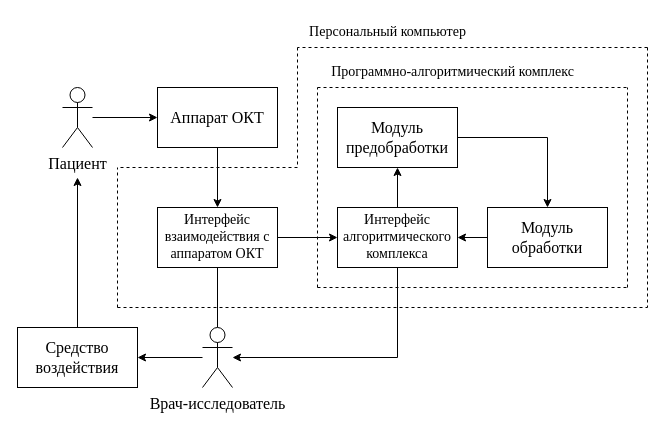
Before: diploma/БТС.drawio in akulistus/oct-segmentation-model, a draw.io diagram. Source tidied: cells renumbered, new cells numbered last; positions are measured from the earlier drawing's top-left corner, leaving out a move shared by most shapes. Both pictures are drawn from the tidied source at 100%, with x=0, y=0 at pixel (17, 17).
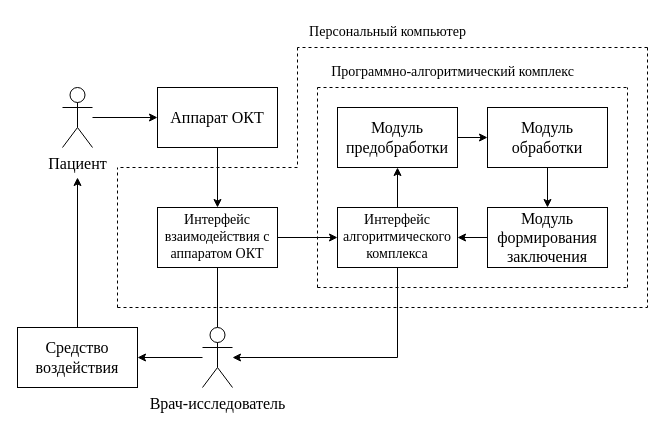
Above is the later version.

Unchanged cells that the change refers to:
```xml
<mxCell id="7" value="&lt;font face=&quot;Times New Roman&quot;&gt;&lt;span style=&quot;font-size: 16px;&quot;&gt;Модуль предобработки&lt;/span&gt;&lt;/font&gt;" style="rounded=0;whiteSpace=wrap;html=1;" parent="1" vertex="1">
  <mxGeometry x="320" y="90" width="120" height="60" as="geometry" />
</mxCell>
<mxCell id="12" value="&lt;font style=&quot;font-size: 14px;&quot; face=&quot;Times New Roman&quot;&gt;Интерфейс алгоритмического комплекса&lt;/font&gt;" style="rounded=0;whiteSpace=wrap;html=1;" parent="1" vertex="1">
  <mxGeometry x="320" y="190" width="120" height="60" as="geometry" />
</mxCell>
```

The edit, as a diff of the source:
```diff
@@
-    <mxCell id="6" style="edgeStyle=orthogonalEdgeStyle;rounded=0;jettySize=auto;html=1;entryX=0.5;entryY=0;entryDx=0;entryDy=0;" parent="1" edge="1" source="7" target="9">
+    <mxCell id="6" style="edgeStyle=orthogonalEdgeStyle;rounded=0;jettySize=auto;html=1;entryX=0;entryY=0.5;entryDx=0;entryDy=0;" parent="1" edge="1" source="7" target="9">
       <mxGeometry relative="1" as="geometry" />
     </mxCell>
@@
-    <mxCell id="8" style="edgeStyle=orthogonalEdgeStyle;rounded=0;jettySize=auto;html=1;entryX=1;entryY=0.5;entryDx=0;entryDy=0;" parent="1" edge="1" source="9" target="12">
-      <mxGeometry relative="1" as="geometry" />
-    </mxCell>
+    <mxCell id="32" style="edgeStyle=orthogonalEdgeStyle;rounded=0;jettySize=auto;html=1;entryX=0.5;entryY=0;entryDx=0;entryDy=0;" parent="1" edge="1" source="9" target="34">
+      <mxGeometry relative="1" as="geometry" />
+    </mxCell>
     <mxCell id="9" value="&lt;font face=&quot;Times New Roman&quot;&gt;&lt;span style=&quot;font-size: 16px;&quot;&gt;Модуль обработки&lt;/span&gt;&lt;/font&gt;" style="rounded=0;whiteSpace=wrap;html=1;" parent="1" vertex="1">
-      <mxGeometry x="470" y="190" width="120" height="60" as="geometry" />
+      <mxGeometry x="470" y="90" width="120" height="60" as="geometry" />
     </mxCell>
@@
+    <mxCell id="33" style="edgeStyle=orthogonalEdgeStyle;rounded=0;jettySize=auto;html=1;entryX=1;entryY=0.5;entryDx=0;entryDy=0;" parent="1" edge="1" source="34" target="12">
+      <mxGeometry relative="1" as="geometry" />
+    </mxCell>
+    <mxCell id="34" value="&lt;font face=&quot;Times New Roman&quot;&gt;&lt;span style=&quot;font-size: 16px;&quot;&gt;Модуль формирования заключения&lt;/span&gt;&lt;/font&gt;" style="rounded=0;whiteSpace=wrap;html=1;" parent="1" vertex="1">
+      <mxGeometry x="470" y="190" width="120" height="60" as="geometry" />
+    </mxCell>
```
